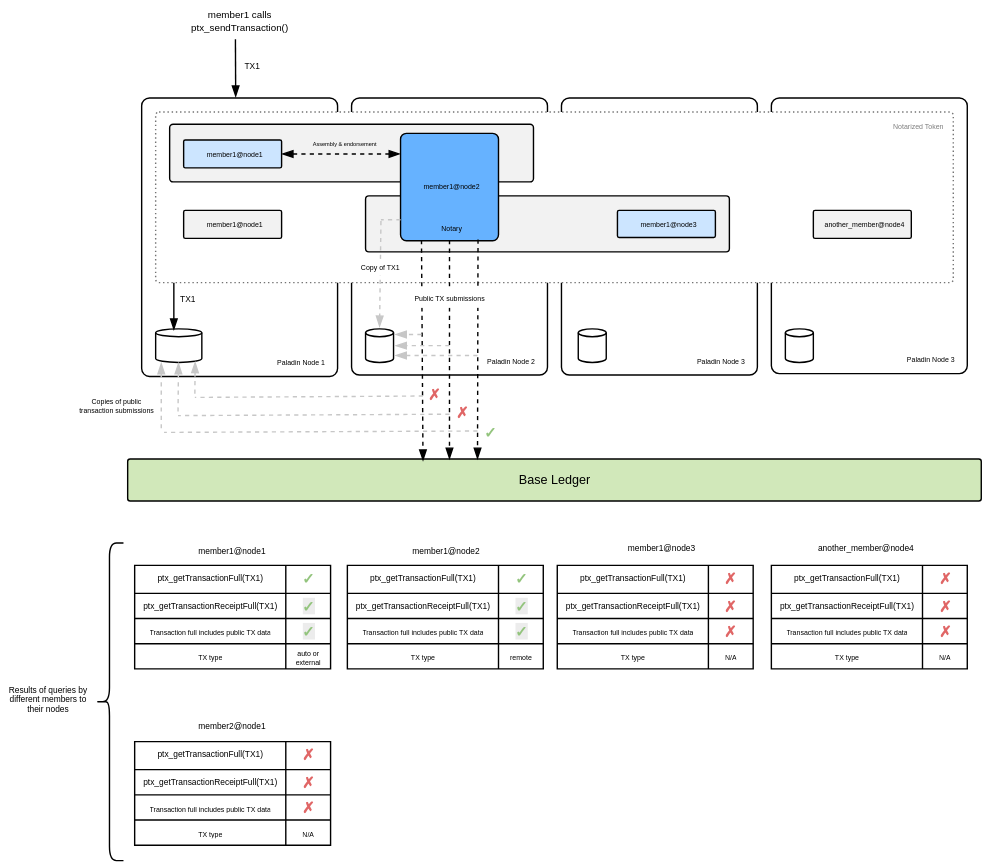
Above: doc-site/docs/architecture/diagrams/paladin-node-data-flows.svg in LF-Decentralized-Trust-labs/paladin (draw.io), before the change. Source tidied: cells renumbered, new cells last; positions are measured from the earlier drawing's top-left corner, leaving out a move shared by most shapes.
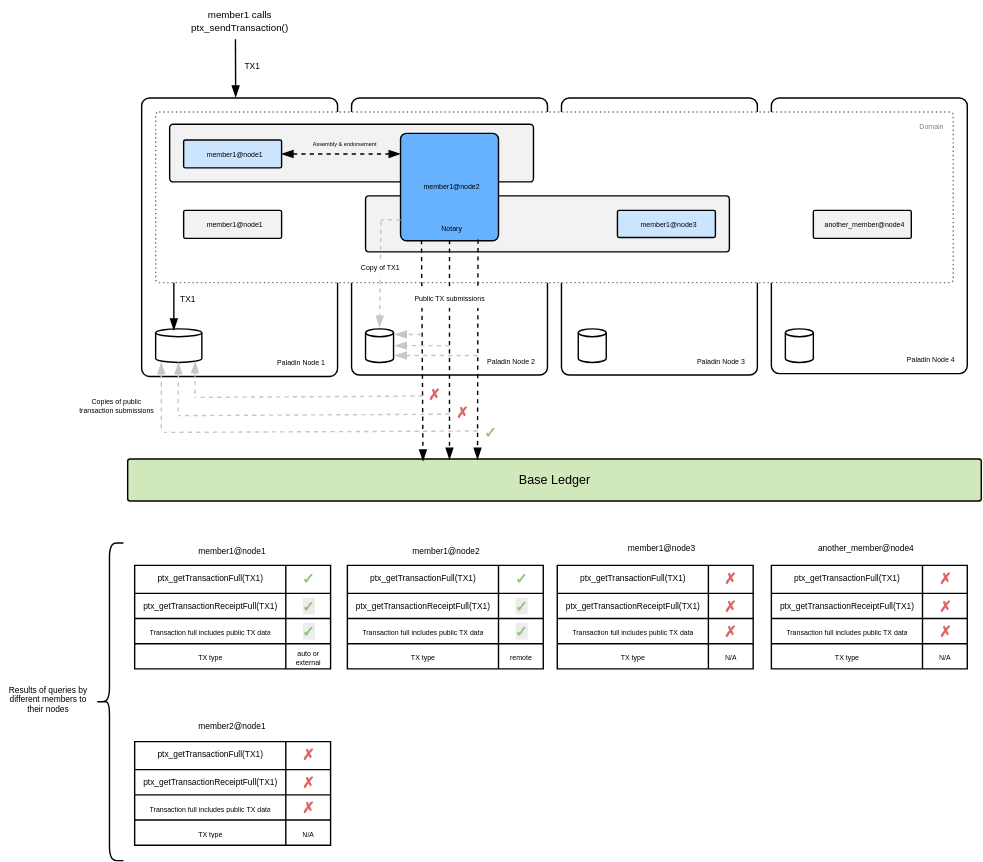
After the commit.

Commit message:
Fix node numbers in diagrams

Change to the diagram source:
```diff
@@ -2,7 +2,7 @@
   <root>
     <mxCell id="0" />
     <mxCell id="1" parent="0" />
-    <mxCell id="2" value="Paladin Node 3" style="rounded=1;whiteSpace=wrap;html=1;arcSize=4;align=right;verticalAlign=bottom;fontSize=5;spacingLeft=0;spacingBottom=5;spacingRight=7;" parent="1" vertex="1">
+    <mxCell id="2" value="Paladin Node 4" style="rounded=1;whiteSpace=wrap;html=1;arcSize=4;align=right;verticalAlign=bottom;fontSize=5;spacingLeft=0;spacingBottom=5;spacingRight=7;" parent="1" vertex="1">
       <mxGeometry x="551" y="70" width="140" height="197" as="geometry" />
     </mxCell>
     <mxCell id="3" value="Paladin Node 1" style="rounded=1;whiteSpace=wrap;html=1;arcSize=4;align=right;verticalAlign=bottom;fontSize=5;spacingLeft=0;spacingBottom=5;spacingRight=7;" parent="1" vertex="1">
@@ -53,7 +53,7 @@
     <mxCell id="18" value="Paladin Node 3" style="rounded=1;whiteSpace=wrap;html=1;arcSize=4;align=right;verticalAlign=bottom;fontSize=5;spacingLeft=0;spacingBottom=5;spacingRight=7;" parent="1" vertex="1">
       <mxGeometry x="401" y="70" width="140" height="198" as="geometry" />
     </mxCell>
-    <mxCell id="19" value="&lt;font color=&quot;#7d7d7d&quot;&gt;Notarized Token&lt;/font&gt;" style="rounded=1;whiteSpace=wrap;html=1;arcSize=2;align=right;verticalAlign=top;fontSize=5;spacingLeft=3;spacingBottom=3;dashed=1;strokeColor=#737373;spacingRight=5;dashPattern=1 2;" parent="1" vertex="1">
+    <mxCell id="19" value="&lt;font color=&quot;#7d7d7d&quot;&gt;Domain&lt;/font&gt;" style="rounded=1;whiteSpace=wrap;html=1;arcSize=2;align=right;verticalAlign=top;fontSize=5;spacingLeft=3;spacingBottom=3;dashed=1;strokeColor=#737373;spacingRight=5;dashPattern=1 2;" parent="1" vertex="1">
       <mxGeometry x="111" y="80" width="570" height="122" as="geometry" />
     </mxCell>
     <mxCell id="20" style="rounded=1;whiteSpace=wrap;html=1;arcSize=6;align=center;verticalAlign=bottom;fontSize=5;spacingLeft=3;spacingBottom=3;fillColor=#F2F2F2;" parent="1" vertex="1">
```
